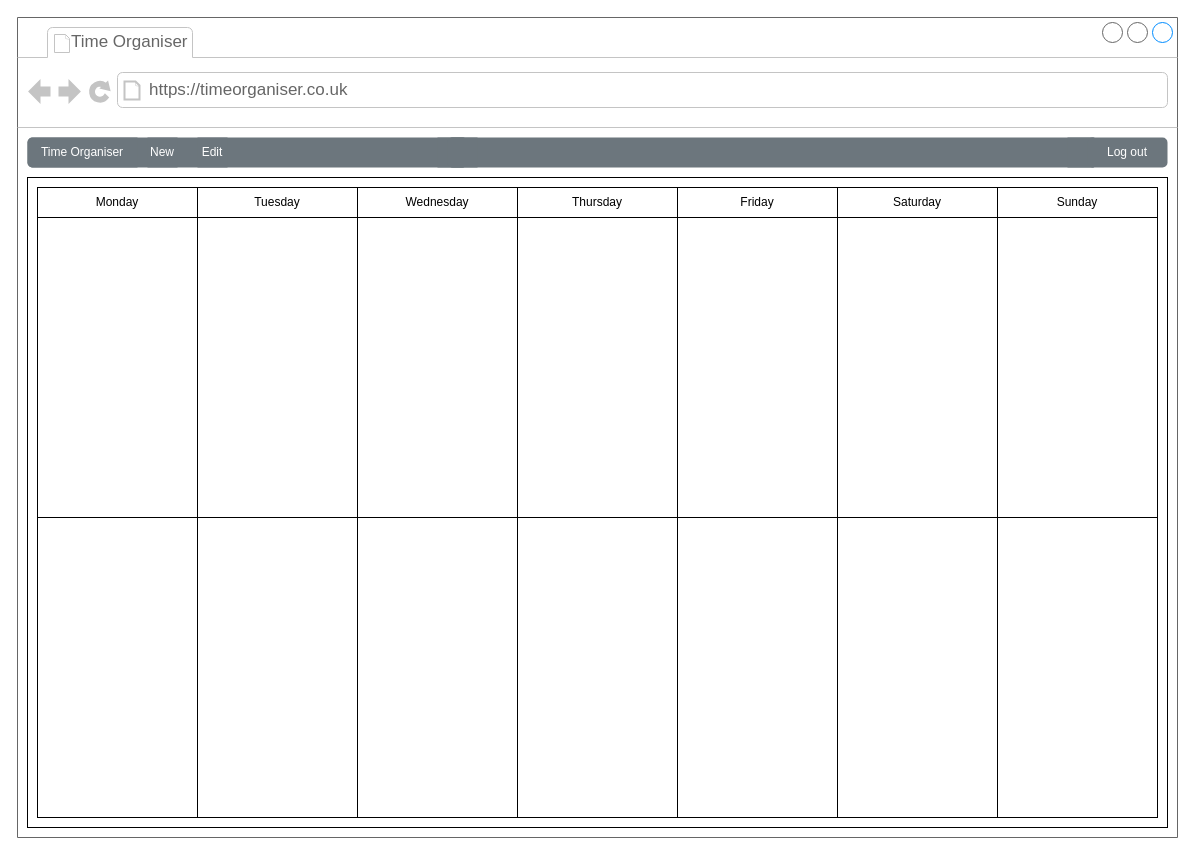
Above: Wireframe.drawio in LukaWG/COMP1004 (draw.io), before the change. Source tidied: cells renumbered, new cells numbered last; positions are measured from the earlier drawing's top-left corner, leaving out a move shared by most shapes. Both pictures are drawn from the tidied source at 100%, with x=0, y=0 at pixel (17, 17).
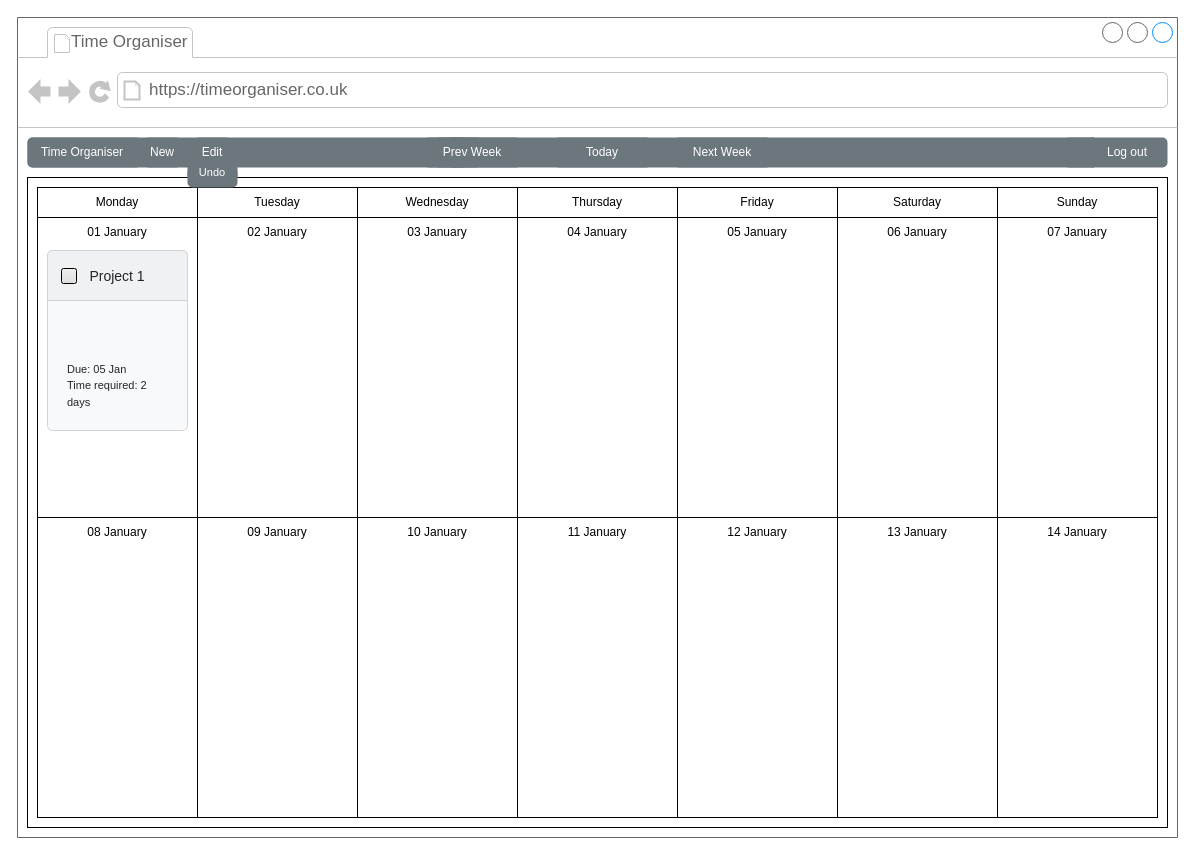
After the change.

Unchanged cells that the change refers to:
```xml
<mxCell id="2" style="strokeWidth=1;shadow=0;dashed=0;align=center;html=1;shape=mxgraph.mockup.containers.browserWindow;rSize=0;strokeColor=#666666;strokeColor2=#008cff;strokeColor3=#c4c4c4;mainText=,;" parent="1" vertex="1">
  <mxGeometry width="1160" height="820" as="geometry" />
</mxCell>
<mxCell id="10" style="html=1;shadow=0;dashed=0;shape=mxgraph.bootstrap.rrect;rSize=5;strokeColor=none;html=1;whiteSpace=wrap;fillColor=#6C767D;fontColor=#ffffff;sketch=0;" parent="2" vertex="1">
  <mxGeometry x="430" y="120" width="650" height="30" as="geometry" />
</mxCell>
```

The edit, as a diff of the source:
```diff
@@
+    <mxCell id="36" value="&lt;font color=&quot;#ffffff&quot;&gt;Prev Week&lt;br&gt;&lt;/font&gt;" style="strokeColor=inherit;fillColor=inherit;gradientColor=inherit;fontColor=inherit;html=1;shadow=0;dashed=0;perimeter=none;whiteSpace=wrap;sketch=0;" parent="10" vertex="1">
+      <mxGeometry x="-20" width="90" height="30" as="geometry" />
+    </mxCell>
+    <mxCell id="37" value="&lt;font color=&quot;#ffffff&quot;&gt;Today&lt;br&gt;&lt;/font&gt;" style="strokeColor=inherit;fillColor=inherit;gradientColor=inherit;fontColor=inherit;html=1;shadow=0;dashed=0;perimeter=none;whiteSpace=wrap;sketch=0;" parent="10" vertex="1">
+      <mxGeometry x="110" width="90" height="30" as="geometry" />
+    </mxCell>
+    <mxCell id="38" value="&lt;font color=&quot;#ffffff&quot;&gt;Next Week&lt;br&gt;&lt;/font&gt;" style="strokeColor=inherit;fillColor=inherit;gradientColor=inherit;fontColor=inherit;html=1;shadow=0;dashed=0;perimeter=none;whiteSpace=wrap;sketch=0;" parent="10" vertex="1">
+      <mxGeometry x="230" width="90" height="30" as="geometry" />
+    </mxCell>
@@
+    <mxCell id="39" value="01 January" style="text;html=1;strokeColor=none;fillColor=none;align=center;verticalAlign=middle;whiteSpace=wrap;rounded=0;" parent="2" vertex="1">
+      <mxGeometry x="20" y="200" width="160" height="30" as="geometry" />
+    </mxCell>
+    <mxCell id="40" value="02&amp;nbsp;January" style="text;html=1;strokeColor=none;fillColor=none;align=center;verticalAlign=middle;whiteSpace=wrap;rounded=0;" parent="2" vertex="1">
+      <mxGeometry x="180" y="200" width="160" height="30" as="geometry" />
+    </mxCell>
+    <mxCell id="41" value="03 January" style="text;html=1;strokeColor=none;fillColor=none;align=center;verticalAlign=middle;whiteSpace=wrap;rounded=0;" parent="2" vertex="1">
+      <mxGeometry x="340" y="200" width="160" height="30" as="geometry" />
+    </mxCell>
+    <mxCell id="42" value="04&amp;nbsp;January" style="text;html=1;strokeColor=none;fillColor=none;align=center;verticalAlign=middle;whiteSpace=wrap;rounded=0;" parent="2" vertex="1">
+      <mxGeometry x="500" y="200" width="160" height="30" as="geometry" />
+    </mxCell>
+    <mxCell id="43" value="05 January" style="text;html=1;strokeColor=none;fillColor=none;align=center;verticalAlign=middle;whiteSpace=wrap;rounded=0;" parent="2" vertex="1">
+      <mxGeometry x="660" y="200" width="160" height="30" as="geometry" />
+    </mxCell>
+    <mxCell id="44" value="06 January" style="text;html=1;strokeColor=none;fillColor=none;align=center;verticalAlign=middle;whiteSpace=wrap;rounded=0;" parent="2" vertex="1">
+      <mxGeometry x="820" y="200" width="160" height="30" as="geometry" />
+    </mxCell>
+    <mxCell id="45" value="07&amp;nbsp;January" style="text;html=1;strokeColor=none;fillColor=none;align=center;verticalAlign=middle;whiteSpace=wrap;rounded=0;" parent="2" vertex="1">
+      <mxGeometry x="980" y="200" width="160" height="30" as="geometry" />
+    </mxCell>
+    <mxCell id="46" value="08 January" style="text;html=1;strokeColor=none;fillColor=none;align=center;verticalAlign=middle;whiteSpace=wrap;rounded=0;" parent="2" vertex="1">
+      <mxGeometry x="20" y="500" width="160" height="30" as="geometry" />
+    </mxCell>
+    <mxCell id="47" value="09 January" style="text;html=1;strokeColor=none;fillColor=none;align=center;verticalAlign=middle;whiteSpace=wrap;rounded=0;" parent="2" vertex="1">
+      <mxGeometry x="180" y="500" width="160" height="30" as="geometry" />
+    </mxCell>
+    <mxCell id="48" value="10 January" style="text;html=1;strokeColor=none;fillColor=none;align=center;verticalAlign=middle;whiteSpace=wrap;rounded=0;" parent="2" vertex="1">
+      <mxGeometry x="340" y="500" width="160" height="30" as="geometry" />
+    </mxCell>
+    <mxCell id="49" value="11 January" style="text;html=1;strokeColor=none;fillColor=none;align=center;verticalAlign=middle;whiteSpace=wrap;rounded=0;" parent="2" vertex="1">
+      <mxGeometry x="500" y="500" width="160" height="30" as="geometry" />
+    </mxCell>
+    <mxCell id="50" value="12 January" style="text;html=1;strokeColor=none;fillColor=none;align=center;verticalAlign=middle;whiteSpace=wrap;rounded=0;" parent="2" vertex="1">
+      <mxGeometry x="660" y="500" width="160" height="30" as="geometry" />
+    </mxCell>
+    <mxCell id="51" value="13 January" style="text;html=1;strokeColor=none;fillColor=none;align=center;verticalAlign=middle;whiteSpace=wrap;rounded=0;" parent="2" vertex="1">
+      <mxGeometry x="820" y="500" width="160" height="30" as="geometry" />
+    </mxCell>
+    <mxCell id="52" value="14 January" style="text;html=1;strokeColor=none;fillColor=none;align=center;verticalAlign=middle;whiteSpace=wrap;rounded=0;" parent="2" vertex="1">
+      <mxGeometry x="980" y="500" width="160" height="30" as="geometry" />
+    </mxCell>
+    <mxCell id="53" value="&lt;font style=&quot;font-size: 11px;&quot;&gt;Due: 05 Jan&lt;br&gt;Time required: 2 days&lt;/font&gt;" style="html=1;shadow=0;dashed=0;shape=mxgraph.bootstrap.rrect;rSize=5;strokeColor=#D2D3D4;html=1;whiteSpace=wrap;fillColor=#F8F9FA;fontColor=#212529;verticalAlign=bottom;align=left;spacing=20;spacingBottom=0;fontSize=14;" parent="2" vertex="1">
+      <mxGeometry x="30" y="233" width="140" height="180" as="geometry" />
+    </mxCell>
+    <mxCell id="54" value="&lt;font style=&quot;font-size: 14px;&quot;&gt;Project 1&lt;/font&gt;" style="html=1;shadow=0;dashed=0;shape=mxgraph.bootstrap.topButton;rSize=5;perimeter=none;whiteSpace=wrap;fillColor=#F0F1F2;strokeColor=#D2D3D4;fontColor=#212529;fontSize=18;align=center;spacing=20;" parent="53" vertex="1">
+      <mxGeometry width="140" height="50" relative="1" as="geometry" />
+    </mxCell>
+    <mxCell id="55" style="html=1;shadow=0;dashed=0;shape=mxgraph.bootstrap.checkbox2;labelPosition=right;verticalLabelPosition=middle;align=left;verticalAlign=middle;gradientColor=#DEDEDE;fillColor=#EDEDED;checked=0;spacing=5;checkedFill=#0085FC;checkedStroke=#ffffff;sketch=0;fontSize=16;" parent="53" vertex="1">
+      <mxGeometry x="14" y="18" width="15" height="15" as="geometry" />
+    </mxCell>
+    <mxCell id="56" style="html=1;shadow=0;dashed=0;shape=mxgraph.bootstrap.rrect;rSize=5;strokeColor=none;html=1;whiteSpace=wrap;fillColor=#6C767D;fontColor=#ffffff;sketch=0;" parent="2" vertex="1">
+      <mxGeometry x="170" y="140" width="50" height="30" as="geometry" />
+    </mxCell>
+    <mxCell id="57" value="&lt;font style=&quot;font-size: 11px;&quot; color=&quot;#ffffff&quot;&gt;Undo&lt;/font&gt;" style="strokeColor=inherit;fillColor=inherit;gradientColor=inherit;fontColor=inherit;html=1;shadow=0;dashed=0;shape=mxgraph.bootstrap.topButton;rSize=5;perimeter=none;whiteSpace=wrap;sketch=0;" parent="56" vertex="1">
+      <mxGeometry width="50" height="10" relative="1" as="geometry">
+        <mxPoint y="10" as="offset" />
+      </mxGeometry>
+    </mxCell>
```
